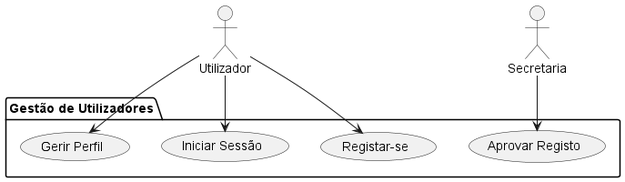
Above: Relatorio/RelatorioFinal/images/casos_uso_utilizadores.png in MartiGames8899/LI4 (PlantUML), before the change. Source of this version:
```plantuml
@startuml casos_uso_utilizadores

skinparam monochrome true
skinparam shadowing false

actor "Utilizador" as U
actor "Secretaria" as S

package "Gestão de Utilizadores" {
    usecase "Registar-se" as UC1
    usecase "Iniciar Sessão" as UC2
    usecase "Gerir Perfil" as UC3
    usecase "Aprovar Registo" as UC4
}

U --> UC1
U --> UC2
U --> UC3
S --> UC4

@enduml
```
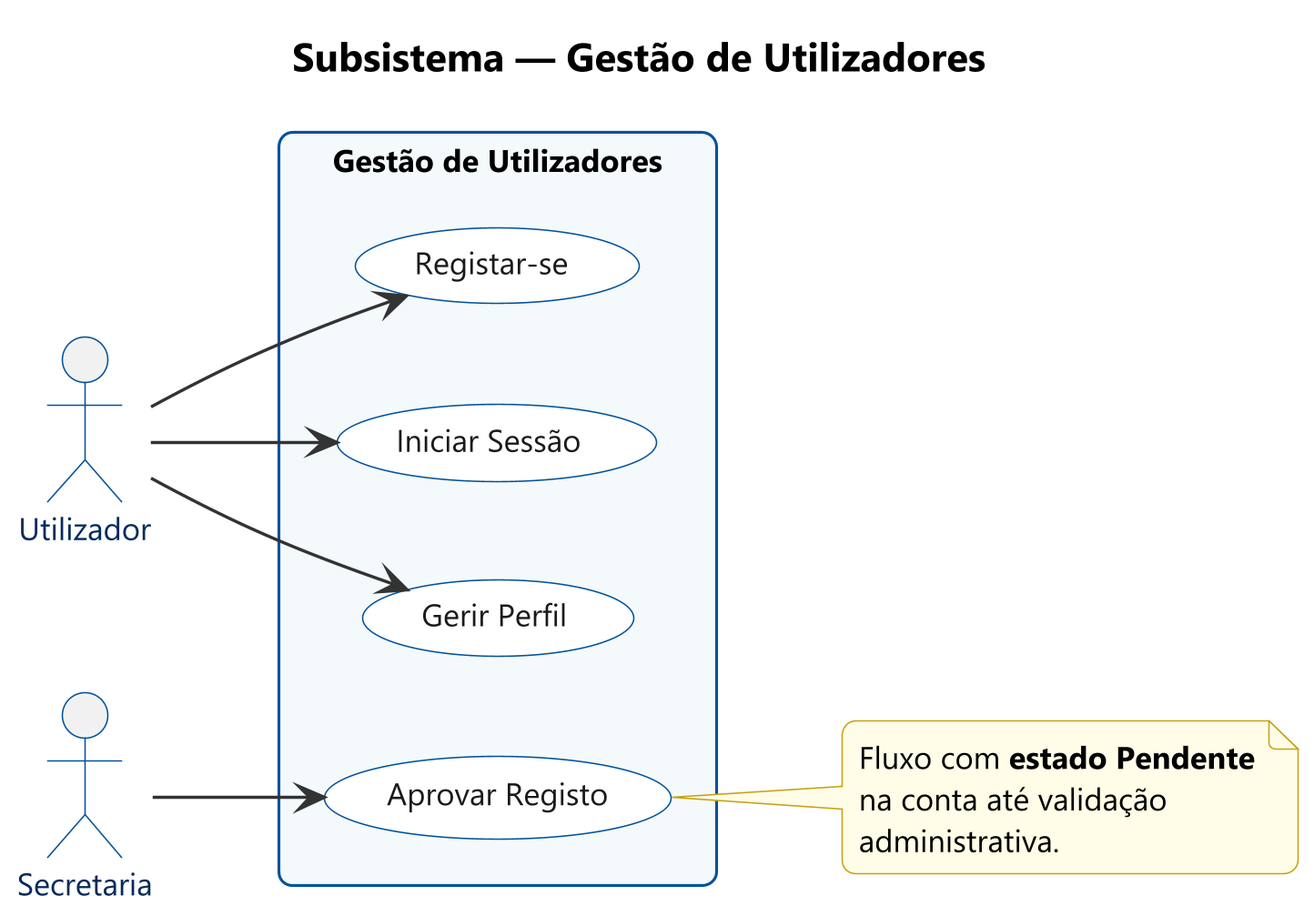
After the commit.

What changed in the source:
```diff
@@ -1,16 +1,17 @@
 @startuml casos_uso_utilizadores
+!include _cap_skin.puml
+title Subsistema — Gestão de Utilizadores
 
-skinparam monochrome true
-skinparam shadowing false
+left to right direction
 
-actor "Utilizador" as U
-actor "Secretaria" as S
+actor Utilizador as U
+actor Secretaria as S
 
-package "Gestão de Utilizadores" {
-    usecase "Registar-se" as UC1
-    usecase "Iniciar Sessão" as UC2
-    usecase "Gerir Perfil" as UC3
-    usecase "Aprovar Registo" as UC4
+rectangle "Gestão de Utilizadores" {
+  usecase "Registar-se" as UC1
+  usecase "Iniciar Sessão" as UC2
+  usecase "Gerir Perfil" as UC3
+  usecase "Aprovar Registo" as UC4
 }
 
 U --> UC1
@@ -18,4 +19,10 @@
 U --> UC3
 S --> UC4
 
+note right of UC4
+  Fluxo com **estado Pendente**
+  na conta até validação
+  administrativa.
+end note
+
 @enduml
```
